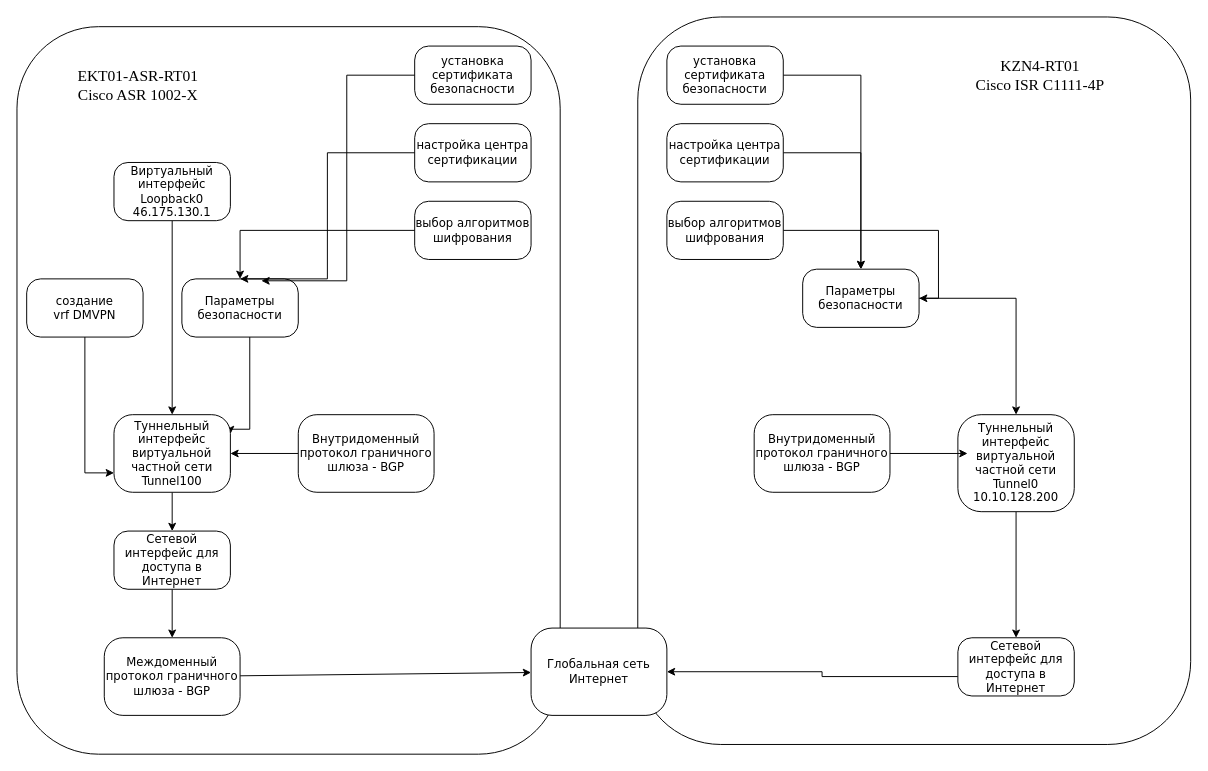
This is Untitled Diagram.drawio from wannabecyborg/ethical-hacking-from-scratch, a draw.io file, before an edit. Source tidied: cells renumbered, new cells numbered last; positions are measured from the earlier drawing's top-left corner, leaving out a move shared by most shapes. Both pictures are drawn from the tidied source at 97%, with x=0, y=0 at pixel (16, 16).
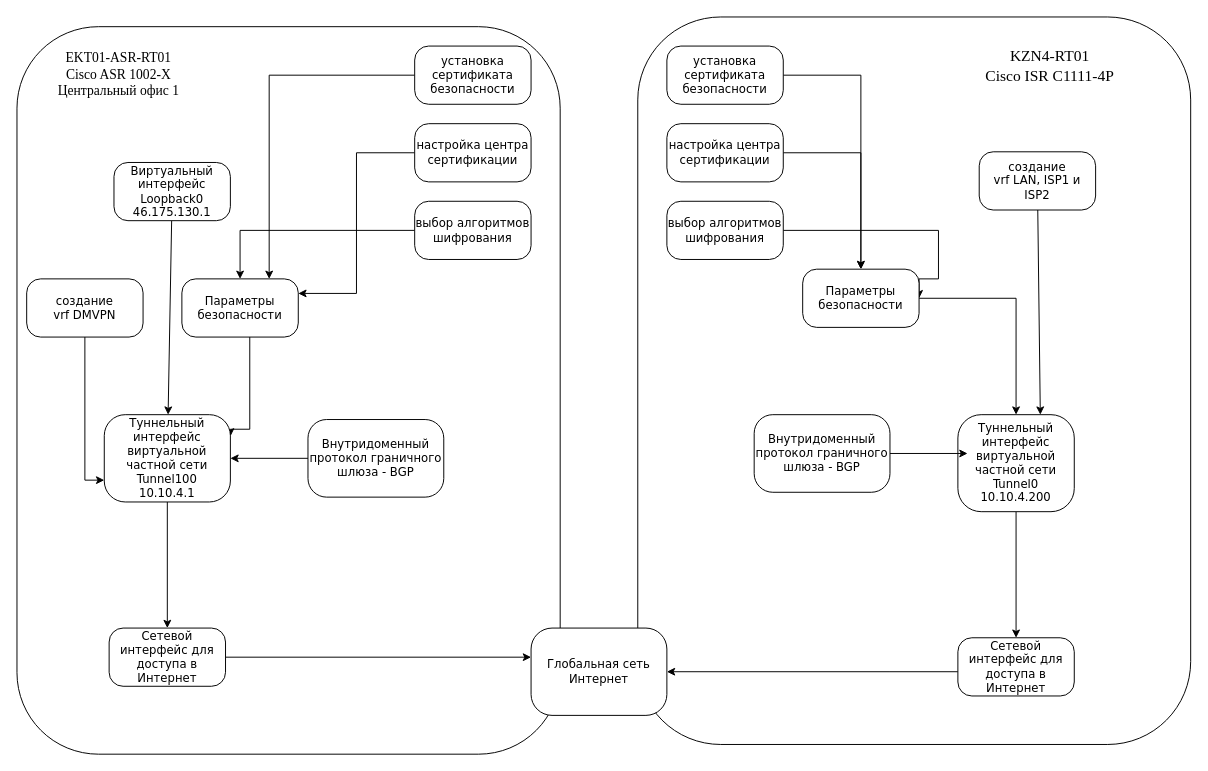
After the change.

The change refers to these unchanged cells:
```xml
<mxCell id="7" value="Параметры безопасности" style="rounded=1;whiteSpace=wrap;html=1;arcSize=24;shadow=0;comic=0;labelBackgroundColor=none;fontFamily=Verdana;fontSize=12;align=center;" parent="1" vertex="1">
  <mxGeometry x="170" y="270" width="120" height="60" as="geometry" />
</mxCell>
<mxCell id="8" value="настройка центра сертификации " style="rounded=1;whiteSpace=wrap;html=1;arcSize=24;shadow=0;comic=0;labelBackgroundColor=none;fontFamily=Verdana;fontSize=12;align=center;" parent="1" vertex="1">
  <mxGeometry x="410" y="110" width="120" height="60" as="geometry" />
</mxCell>
<mxCell id="13" value="установка сертификата безопасности" style="rounded=1;whiteSpace=wrap;html=1;arcSize=24;shadow=0;comic=0;labelBackgroundColor=none;fontFamily=Verdana;fontSize=12;align=center;" parent="1" vertex="1">
  <mxGeometry x="410" y="30" width="120" height="60" as="geometry" />
</mxCell>
<mxCell id="14" value="&lt;div&gt;выбор алгоритмов&lt;/div&gt;&lt;div&gt;шифрования&lt;br&gt;&lt;/div&gt;" style="rounded=1;whiteSpace=wrap;html=1;arcSize=24;shadow=0;comic=0;labelBackgroundColor=none;fontFamily=Verdana;fontSize=12;align=center;" parent="1" vertex="1">
  <mxGeometry x="410" y="190" width="120" height="60" as="geometry" />
</mxCell>
<mxCell id="29" value="&lt;div&gt;выбор алгоритмов&lt;/div&gt;&lt;div&gt;шифрования&lt;br&gt;&lt;/div&gt;" style="rounded=1;whiteSpace=wrap;html=1;arcSize=24;shadow=0;comic=0;labelBackgroundColor=none;fontFamily=Verdana;fontSize=12;align=center;" parent="1" vertex="1">
  <mxGeometry x="670" y="190" width="120" height="60" as="geometry" />
</mxCell>
<mxCell id="35" value="Сетевой интерфейс для доступа в Интернет" style="rounded=1;whiteSpace=wrap;html=1;arcSize=24;shadow=0;comic=0;labelBackgroundColor=none;fontFamily=Verdana;fontSize=12;align=center;" parent="1" vertex="1">
  <mxGeometry x="970" y="640" width="120" height="60" as="geometry" />
</mxCell>
<mxCell id="39" value="Параметры безопасности" style="rounded=1;whiteSpace=wrap;html=1;arcSize=24;shadow=0;comic=0;labelBackgroundColor=none;fontFamily=Verdana;fontSize=12;align=center;" parent="1" vertex="1">
  <mxGeometry x="810" y="260" width="120" height="60" as="geometry" />
</mxCell>
<mxCell id="40" value="Глобальная сеть Интернет" style="rounded=1;whiteSpace=wrap;html=1;arcSize=24;shadow=0;comic=0;labelBackgroundColor=none;fontFamily=Verdana;fontSize=12;align=center;" parent="1" vertex="1">
  <mxGeometry x="530" y="630" width="140" height="90" as="geometry" />
</mxCell>
```

The edit, as a diff of the source:
```diff
@@
+    <mxCell id="15" style="edgeStyle=orthogonalEdgeStyle;rounded=0;jettySize=auto;html=1;entryX=1;entryY=0.25;entryDx=0;entryDy=0;" parent="1" edge="1" source="8" target="7">
+      <mxGeometry relative="1" as="geometry" />
+    </mxCell>
@@
-    <mxCell id="10" value="Туннельный интерфейс виртуальной частной сети Tunnel100" style="rounded=1;whiteSpace=wrap;html=1;arcSize=24;shadow=0;comic=0;labelBackgroundColor=none;fontFamily=Verdana;fontSize=12;align=center;" parent="1" vertex="1">
-      <mxGeometry x="100" y="410" width="120" height="80" as="geometry" />
+    <mxCell id="10" value="&lt;div&gt;Туннельный интерфейс виртуальной частной сети Tunnel100&lt;/div&gt;&lt;div&gt;10.10.4.1 &lt;br&gt;&lt;/div&gt;" style="rounded=1;whiteSpace=wrap;html=1;arcSize=24;shadow=0;comic=0;labelBackgroundColor=none;fontFamily=Verdana;fontSize=12;align=center;" parent="1" vertex="1">
+      <mxGeometry x="90" y="410" width="130" height="90" as="geometry" />
     </mxCell>
@@
+    <mxCell id="16" style="edgeStyle=orthogonalEdgeStyle;rounded=0;jettySize=auto;html=1;" parent="1" edge="1" source="13" target="7">
+      <mxGeometry relative="1" as="geometry">
+        <Array as="points">
+          <mxPoint x="260" y="60" />
+        </Array>
+      </mxGeometry>
+    </mxCell>
@@
+    <mxCell id="17" style="edgeStyle=orthogonalEdgeStyle;rounded=0;jettySize=auto;html=1;" parent="1" edge="1" source="14" target="7">
+      <mxGeometry relative="1" as="geometry" />
+    </mxCell>
@@
-    <mxCell id="15" style="endArrow=classic;html=1;rounded=0;exitX=0;exitY=0.5;exitDx=0;exitDy=0;edgeStyle=orthogonalEdgeStyle;entryX=0.5;entryY=0;entryDx=0;entryDy=0;" parent="1" edge="1" source="8" target="7">
-      <mxGeometry relative="1" as="geometry">
-        <Array as="points">
-          <mxPoint x="320" y="140" />
-          <mxPoint x="320" y="270" />
-        </Array>
-      </mxGeometry>
-    </mxCell>
-    <mxCell id="16" style="endArrow=classic;html=1;rounded=0;exitX=0;exitY=0.5;exitDx=0;exitDy=0;edgeStyle=orthogonalEdgeStyle;entryX=0.683;entryY=0.033;entryDx=0;entryDy=0;entryPerimeter=0;" parent="1" edge="1" source="13" target="7">
-      <mxGeometry relative="1" as="geometry">
-        <Array as="points">
-          <mxPoint x="340" y="60" />
-          <mxPoint x="340" y="272" />
-        </Array>
-      </mxGeometry>
-    </mxCell>
-    <mxCell id="17" style="endArrow=classic;html=1;rounded=0;exitX=0;exitY=0.5;exitDx=0;exitDy=0;edgeStyle=orthogonalEdgeStyle;" parent="1" edge="1" source="14" target="7">
-      <mxGeometry relative="1" as="geometry" />
-    </mxCell>
-    <mxCell id="18" style="rounded=0;jettySize=auto;html=1;" parent="1" edge="1" source="19" target="40">
-      <mxGeometry relative="1" as="geometry" />
-    </mxCell>
-    <mxCell id="19" value="Междоменный протокол граничного шлюза - BGP" style="rounded=1;whiteSpace=wrap;html=1;arcSize=24;shadow=0;comic=0;labelBackgroundColor=none;fontFamily=Verdana;fontSize=12;align=center;" parent="1" vertex="1">
-      <mxGeometry x="90" y="640" width="140" height="80" as="geometry" />
-    </mxCell>
@@
     <mxCell id="21" value="Внутридоменный протокол граничного шлюза - BGP" style="rounded=1;whiteSpace=wrap;html=1;arcSize=24;shadow=0;comic=0;labelBackgroundColor=none;fontFamily=Verdana;fontSize=12;align=center;" parent="1" vertex="1">
-      <mxGeometry x="290" y="410" width="140" height="80" as="geometry" />
+      <mxGeometry x="300" y="415" width="140" height="80" as="geometry" />
     </mxCell>
-    <mxCell id="22" style="edgeStyle=orthogonalEdgeStyle;rounded=0;jettySize=auto;html=1;" parent="1" edge="1" source="23" target="19">
-      <mxGeometry relative="1" as="geometry" />
-    </mxCell>
+    <mxCell id="41" style="edgeStyle=orthogonalEdgeStyle;rounded=0;jettySize=auto;html=1;" parent="1" edge="1" source="23" target="40">
+      <mxGeometry relative="1" as="geometry">
+        <Array as="points">
+          <mxPoint x="160" y="670" />
+        </Array>
+      </mxGeometry>
+    </mxCell>
     <mxCell id="23" value="Сетевой интерфейс для доступа в Интернет" style="rounded=1;whiteSpace=wrap;html=1;arcSize=24;shadow=0;comic=0;labelBackgroundColor=none;fontFamily=Verdana;fontSize=12;align=center;" parent="1" vertex="1">
-      <mxGeometry x="100" y="530" width="120" height="60" as="geometry" />
+      <mxGeometry x="95" y="630" width="120" height="60" as="geometry" />
     </mxCell>
@@
     <mxCell id="28" style="edgeStyle=orthogonalEdgeStyle;rounded=0;jettySize=auto;html=1;entryX=1;entryY=0.5;entryDx=0;entryDy=0;" parent="1" edge="1" source="29" target="39">
-      <mxGeometry relative="1" as="geometry" />
+      <mxGeometry relative="1" as="geometry">
+        <Array as="points">
+          <mxPoint x="950" y="220" />
+          <mxPoint x="950" y="270" />
+          <mxPoint x="930" y="270" />
+        </Array>
+      </mxGeometry>
     </mxCell>
@@
-    <mxCell id="31" value="&lt;div&gt;Туннельный интерфейс виртуальной частной сети Tunnel0&lt;/div&gt;&lt;div&gt;10.10.128.200 &lt;br&gt;&lt;/div&gt;" style="rounded=1;whiteSpace=wrap;html=1;arcSize=24;shadow=0;comic=0;labelBackgroundColor=none;fontFamily=Verdana;fontSize=12;align=center;" parent="1" vertex="1">
+    <mxCell id="31" value="&lt;div&gt;Туннельный интерфейс виртуальной частной сети Tunnel0&lt;/div&gt;&lt;div&gt;10.10.4.200 &lt;br&gt;&lt;/div&gt;" style="rounded=1;whiteSpace=wrap;html=1;arcSize=24;shadow=0;comic=0;labelBackgroundColor=none;fontFamily=Verdana;fontSize=12;align=center;" parent="1" vertex="1">
       <mxGeometry x="970" y="410" width="120" height="100" as="geometry" />
     </mxCell>
@@
     <mxCell id="34" style="edgeStyle=orthogonalEdgeStyle;rounded=0;jettySize=auto;html=1;entryX=1;entryY=0.5;entryDx=0;entryDy=0;" parent="1" edge="1" source="35" target="40">
       <mxGeometry relative="1" as="geometry">
         <Array as="points">
-          <mxPoint x="830" y="680" />
+          <mxPoint x="900" y="675" />
+          <mxPoint x="900" y="675" />
         </Array>
       </mxGeometry>
     </mxCell>
@@
-    <mxCell id="36" value="&lt;div style=&quot;font-size: 16px;&quot;&gt;&lt;font style=&quot;font-size: 16px;&quot; face=&quot;Times New Roman&quot;&gt;EKT01-ASR-RT01&lt;/font&gt;&lt;/div&gt;&lt;div style=&quot;font-size: 16px;&quot;&gt;&lt;font style=&quot;font-size: 16px;&quot; face=&quot;Times New Roman&quot;&gt;Cisco ASR 1002-X&lt;br&gt;&lt;/font&gt;&lt;/div&gt;" style="text;html=1;strokeColor=none;fillColor=none;align=center;verticalAlign=middle;whiteSpace=wrap;rounded=0;" parent="1" vertex="1">
-      <mxGeometry x="20" y="40" width="210" height="60" as="geometry" />
-    </mxCell>
-    <mxCell id="37" value="&lt;div style=&quot;font-size: 16px;&quot;&gt;&lt;font style=&quot;font-size: 16px;&quot; face=&quot;Times New Roman&quot;&gt;KZN4-RT01&lt;/font&gt;&lt;/div&gt;&lt;div style=&quot;font-size: 16px;&quot;&gt;&lt;font style=&quot;font-size: 16px;&quot; face=&quot;Times New Roman&quot;&gt;Cisco ISR C1111-4P&lt;br&gt;&lt;/font&gt;&lt;/div&gt;" style="text;html=1;strokeColor=none;fillColor=none;align=center;verticalAlign=middle;whiteSpace=wrap;rounded=0;" parent="1" vertex="1">
-      <mxGeometry x="950" y="30" width="210" height="60" as="geometry" />
+    <mxCell id="37" value="&lt;div style=&quot;font-size: 16px;&quot;&gt;&lt;font style=&quot;font-size: 16px;&quot;&gt;KZN4-RT01&lt;/font&gt;&lt;/div&gt;&lt;div style=&quot;font-size: 16px;&quot;&gt;&lt;font style=&quot;font-size: 16px;&quot;&gt;Cisco ISR C1111-4P&lt;br style=&quot;font-size: 16px;&quot;&gt;&lt;/font&gt;&lt;/div&gt;" style="text;html=1;strokeColor=none;fillColor=none;align=center;verticalAlign=middle;whiteSpace=wrap;rounded=0;fontFamily=Times New Roman;fontSize=16;" parent="1" vertex="1">
+      <mxGeometry x="960" y="20" width="210" height="60" as="geometry" />
     </mxCell>
@@
+    <mxCell id="42" value="&lt;font style=&quot;font-size: 14px;&quot; face=&quot;Times New Roman&quot;&gt;EKT01-ASR-RT01&lt;br&gt;Cisco ASR 1002-X&lt;br&gt;Центральный офис 1&lt;br&gt;&lt;/font&gt;" style="text;html=1;strokeColor=none;fillColor=none;align=center;verticalAlign=middle;whiteSpace=wrap;rounded=0;" parent="1" vertex="1">
+      <mxGeometry x="30" y="40" width="150" height="40" as="geometry" />
+    </mxCell>
+    <mxCell id="43" style="rounded=0;jettySize=auto;html=1;" parent="1" edge="1" source="44">
+      <mxGeometry relative="1" as="geometry">
+        <mxPoint x="1055" y="410" as="targetPoint" />
+      </mxGeometry>
+    </mxCell>
+    <mxCell id="44" value="&lt;div&gt;создание&lt;br&gt;&lt;/div&gt;&lt;div&gt;vrf LAN, ISP1 и ISP2&lt;/div&gt;" style="rounded=1;whiteSpace=wrap;html=1;arcSize=24;shadow=0;comic=0;labelBackgroundColor=none;fontFamily=Verdana;fontSize=12;align=center;" parent="1" vertex="1">
+      <mxGeometry x="992" y="139" width="120" height="60" as="geometry" />
+    </mxCell>
```
